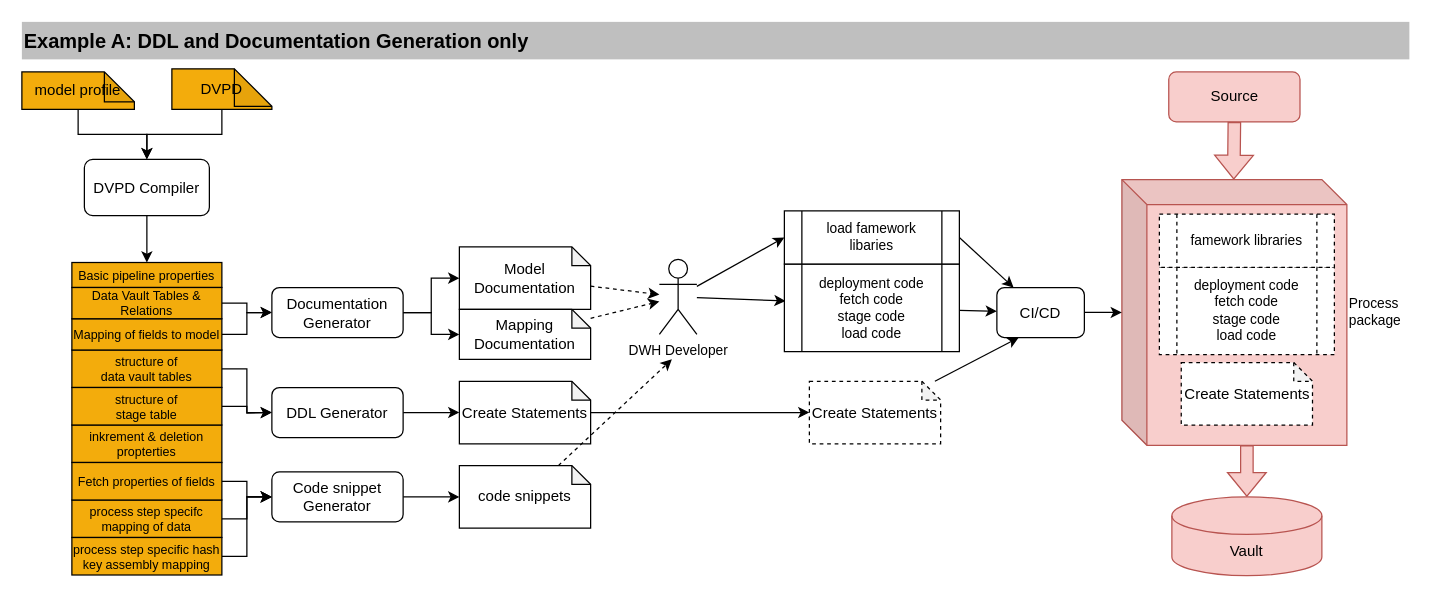
Earlier version of the draw.io diagram documentation/images/dvdp_based_processing_example_workflow_a.drawio (cimt-ag/data_vault_pipelinedescription). Source tidied: cells renumbered, new cells numbered last; positions are measured from the earlier drawing's top-left corner, leaving out a move shared by most shapes. Both pictures are drawn from the tidied source at 125%, with x=0, y=0 at pixel (21, 21).
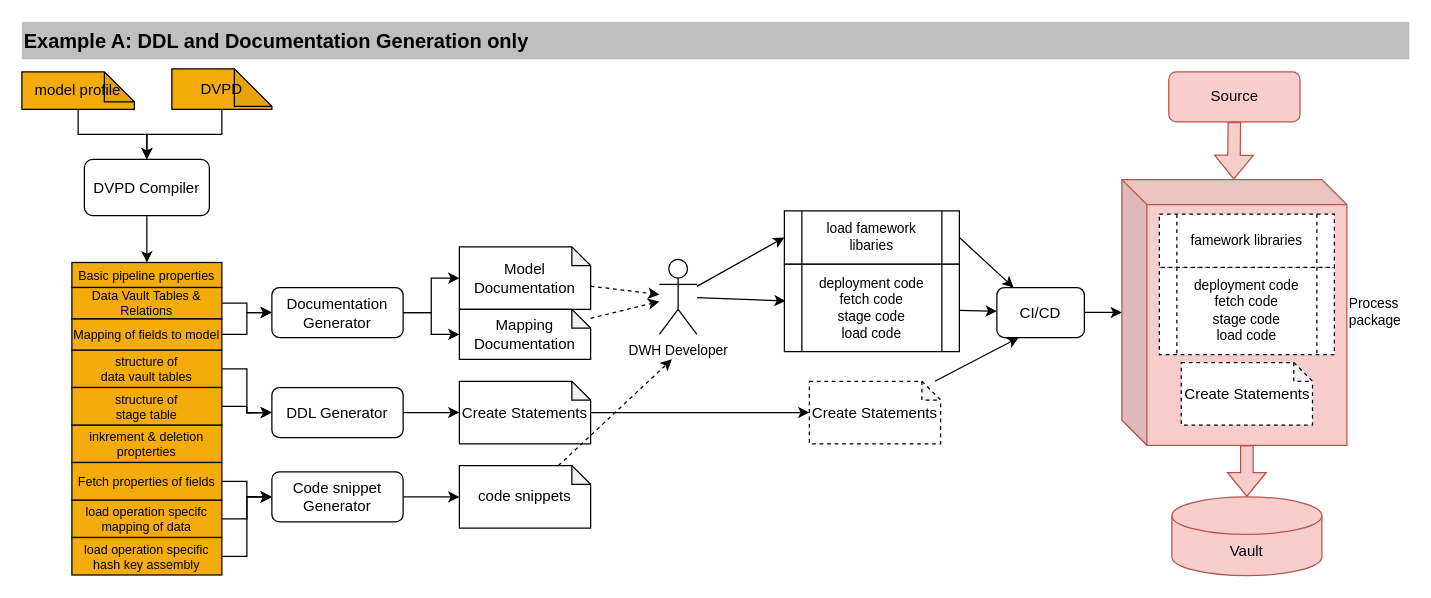
The same page after the edit.

Commit message (it also covers changes not shown here):
Completed Final review of development workflow scenarios

The edit, as a diff of the source:
```diff
@@
-    <mxCell id="19" value="process step specifc mapping of data" style="rounded=0;whiteSpace=wrap;html=1;fillColor=#F3AC0C;gradientColor=none;fontSize=10;" parent="1" vertex="1">
+    <mxCell id="19" value="load operation specifc mapping of data" style="rounded=0;whiteSpace=wrap;html=1;fillColor=#F3AC0C;gradientColor=none;fontSize=10;" parent="1" vertex="1">
       <mxGeometry x="40" y="382.5" width="120" height="30" as="geometry" />
     </mxCell>
@@
-    <mxCell id="23" value="process step specific hash key assembly mapping" style="rounded=0;whiteSpace=wrap;html=1;fillColor=#F3AC0C;gradientColor=none;fontSize=10;" parent="1" vertex="1">
+    <mxCell id="23" value="load operation specific hash key assembly" style="rounded=0;whiteSpace=wrap;html=1;fillColor=#F3AC0C;gradientColor=none;fontSize=10;" parent="1" vertex="1">
       <mxGeometry x="40" y="412.5" width="120" height="30" as="geometry" />
     </mxCell>
```
